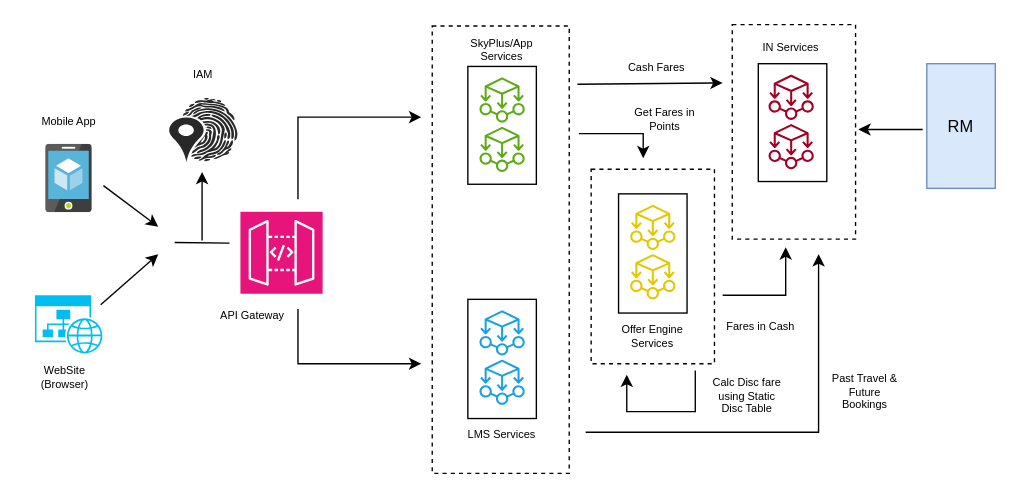
Above: Copy2 of LM.drawio in nchauhan4/drawings (draw.io), before the change. Source tidied: cells renumbered, new cells numbered last; positions are measured from the earlier drawing's top-left corner, leaving out a move shared by most shapes. Both pictures are drawn from the tidied source at 137%, with x=0, y=0 at pixel (23, 23).
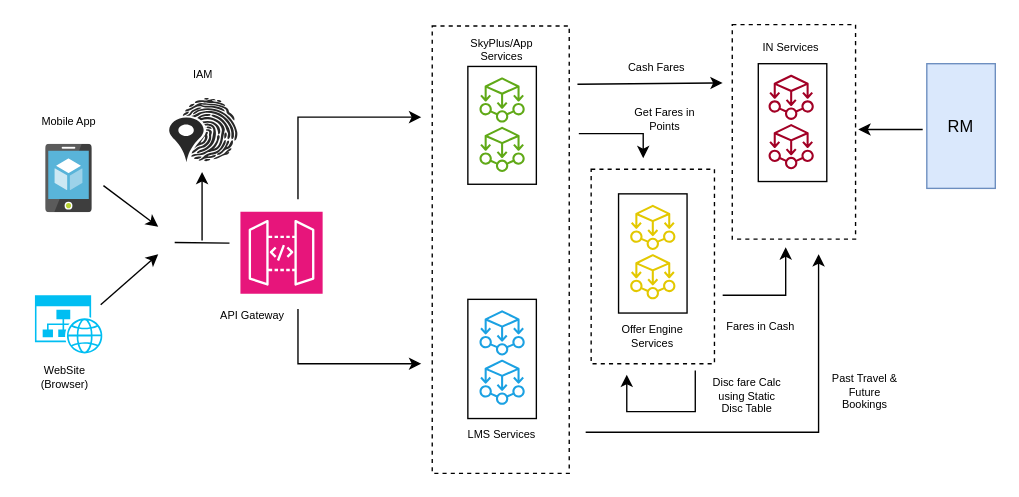
The same diagram, later.

The edit, as a diff of the source:
```diff
@@
-    <mxCell id="46" value="Calc Disc fare using Static Disc Table" style="text;html=1;strokeColor=none;fillColor=none;align=center;verticalAlign=middle;whiteSpace=wrap;rounded=0;fontSize=8;" parent="1" vertex="1">
+    <mxCell id="46" value="Disc fare Calc using Static Disc Table" style="text;html=1;strokeColor=none;fillColor=none;align=center;verticalAlign=middle;whiteSpace=wrap;rounded=0;fontSize=8;" parent="1" vertex="1">
       <mxGeometry x="498" y="257" width="60" height="30" as="geometry" />
     </mxCell>
```
